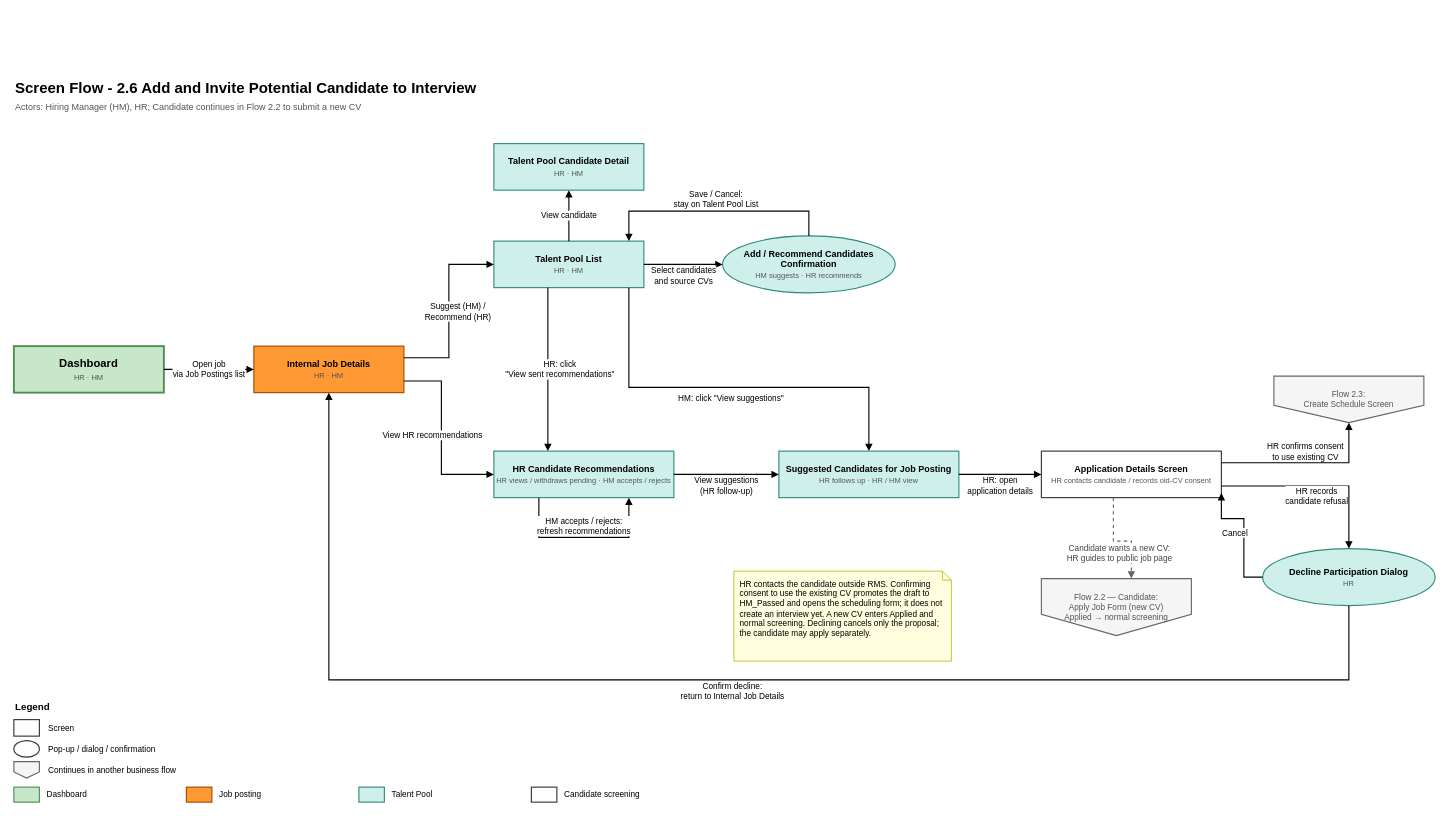
The draw.io diagram page "BF-06 Invite Potential Candidate" (6 of 8) of docs/members/linhdn/diagram/Screen flow/RMS_ScreenFlow.drawio in Masanori-Satoh/SWP_RMS_Group-2, before the edit. Source tidied: cells renumbered, new cells numbered last; positions are measured from the earlier drawing's top-left corner, leaving out a move shared by most shapes. Both pictures are drawn from the tidied source at 75%, with x=0, y=0 at pixel (14, 76).
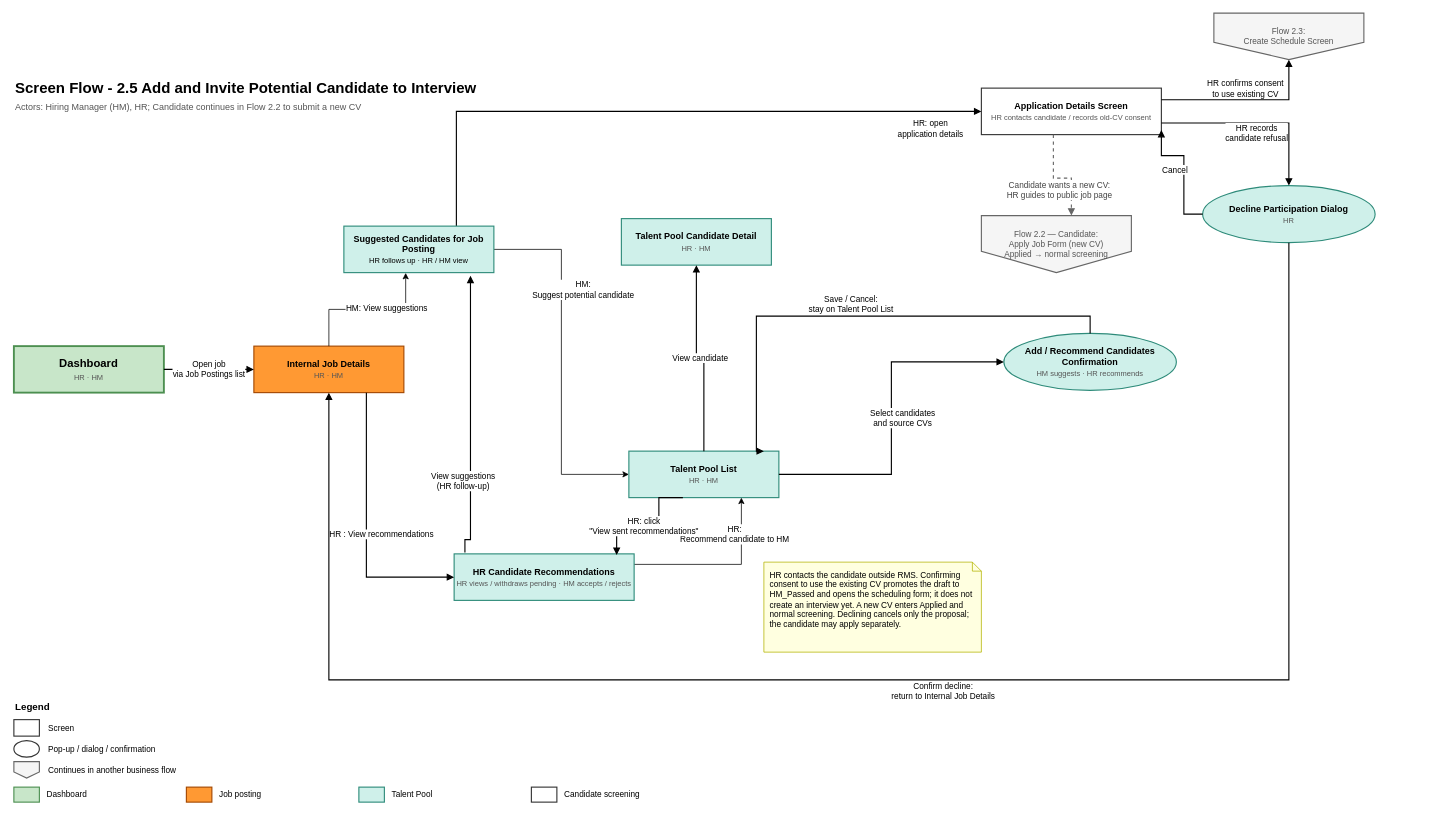
After the change.

Unchanged cells that the change refers to:
```xml
<mxCell id="5" value="&lt;b&gt;Internal Job Details&lt;/b&gt;&lt;br&gt;&lt;font style=&quot;font-size:10px&quot; color=&quot;#555555&quot;&gt;HR · HM&lt;/font&gt;" style="rounded=0;whiteSpace=wrap;html=1;fillColor=#FF9933;strokeColor=#A34700;strokeWidth=1.5;fontSize=12;" parent="1" vertex="1">
  <mxGeometry x="320" y="360" width="200" height="62" as="geometry" />
</mxCell>
```

Change to the diagram source:
```diff
@@
-    <mxCell id="2" value="Screen Flow - 2.6 Add and Invite Potential Candidate to Interview" style="text;html=1;fontStyle=1;fontSize=20;align=left;verticalAlign=middle;" parent="1" vertex="1">
+    <mxCell id="2" value="Screen Flow - 2.5 Add and Invite Potential Candidate to Interview" style="text;html=1;fontStyle=1;fontSize=20;align=left;verticalAlign=middle;" parent="1" vertex="1">
       <mxGeometry width="1200" height="30" as="geometry" />
     </mxCell>
@@
     <mxCell id="6" value="&lt;b&gt;Talent Pool Candidate Detail&lt;/b&gt;&lt;br&gt;&lt;font style=&quot;font-size:10px&quot; color=&quot;#555555&quot;&gt;HR · HM&lt;/font&gt;" style="rounded=0;whiteSpace=wrap;html=1;fillColor=#CFF0EA;strokeColor=#2E8B7A;strokeWidth=1.5;fontSize=12;" parent="1" vertex="1">
-      <mxGeometry x="640" y="90" width="200" height="62" as="geometry" />
+      <mxGeometry x="810" y="190" width="200" height="62" as="geometry" />
     </mxCell>
     <mxCell id="7" value="&lt;b&gt;Talent Pool List&lt;/b&gt;&lt;br&gt;&lt;font style=&quot;font-size:10px&quot; color=&quot;#555555&quot;&gt;HR · HM&lt;/font&gt;" style="rounded=0;whiteSpace=wrap;html=1;fillColor=#CFF0EA;strokeColor=#2E8B7A;strokeWidth=1.5;fontSize=12;" parent="1" vertex="1">
-      <mxGeometry x="640" y="220" width="200" height="62" as="geometry" />
+      <mxGeometry x="820" y="500" width="200" height="62" as="geometry" />
     </mxCell>
     <mxCell id="8" value="&lt;b&gt;Add / Recommend Candidates Confirmation&lt;/b&gt;&lt;br&gt;&lt;font style=&quot;font-size:10px&quot; color=&quot;#555555&quot;&gt;HM suggests · HR recommends&lt;/font&gt;" style="ellipse;whiteSpace=wrap;html=1;fillColor=#CFF0EA;strokeColor=#2E8B7A;strokeWidth=1.5;fontSize=12;" parent="1" vertex="1">
-      <mxGeometry x="945" y="213" width="230" height="76" as="geometry" />
+      <mxGeometry x="1320" y="343" width="230" height="76" as="geometry" />
     </mxCell>
+    <mxCell id="47" style="edgeStyle=orthogonalEdgeStyle;rounded=0;jettySize=auto;html=1;entryX=0.75;entryY=1;entryDx=0;entryDy=0;defaultLabelBackgroundColor=page;" parent="1" edge="1" source="9" target="7">
+      <mxGeometry relative="1" as="geometry">
+        <Array as="points">
+          <mxPoint x="970" y="651" />
+        </Array>
+      </mxGeometry>
+    </mxCell>
+    <mxCell id="48" value="HR:&lt;br&gt;Recommend candidate to HM" style="edgeLabel;html=1;align=center;verticalAlign=middle;inheritText=1;defaultLabelBackgroundColor=page;" parent="47" vertex="1">
+      <mxGeometry x="0.15" y="-4" relative="1" as="geometry">
+        <mxPoint y="-45" as="offset" />
+      </mxGeometry>
+    </mxCell>
     <mxCell id="9" value="&lt;b&gt;HR Candidate Recommendations&lt;/b&gt;&lt;br&gt;&lt;font style=&quot;font-size:10px&quot; color=&quot;#555555&quot;&gt;HR views / withdraws pending · HM accepts / rejects&lt;/font&gt;" style="rounded=0;whiteSpace=wrap;html=1;fillColor=#CFF0EA;strokeColor=#2E8B7A;strokeWidth=1.5;fontSize=12;" parent="1" vertex="1">
-      <mxGeometry x="640" y="500" width="240" height="62" as="geometry" />
+      <mxGeometry x="587" y="637" width="240" height="62" as="geometry" />
     </mxCell>
-    <mxCell id="10" value="&lt;b&gt;Suggested Candidates for Job Posting&lt;/b&gt;&lt;br&gt;&lt;font style=&quot;font-size:10px&quot; color=&quot;#555555&quot;&gt;HR follows up · HR / HM view&lt;/font&gt;" style="rounded=0;whiteSpace=wrap;html=1;fillColor=#CFF0EA;strokeColor=#2E8B7A;strokeWidth=1.5;fontSize=12;" parent="1" vertex="1">
-      <mxGeometry x="1020" y="500" width="240" height="62" as="geometry" />
-    </mxCell>
     <mxCell id="11" value="&lt;b&gt;Application Details Screen&lt;/b&gt;&lt;br&gt;&lt;font style=&quot;font-size:10px&quot; color=&quot;#555555&quot;&gt;HR contacts candidate / records old-CV consent&lt;/font&gt;" style="rounded=0;whiteSpace=wrap;html=1;fillColor=#FFFFFF;strokeColor=#333333;strokeWidth=1.5;fontSize=12;" parent="1" vertex="1">
-      <mxGeometry x="1370" y="500" width="240" height="62" as="geometry" />
+      <mxGeometry x="1290" y="16" width="240" height="62" as="geometry" />
     </mxCell>
     <mxCell id="12" value="&lt;b&gt;Decline Participation Dialog&lt;/b&gt;&lt;br&gt;&lt;font style=&quot;font-size:10px&quot; color=&quot;#555555&quot;&gt;HR&lt;/font&gt;" style="ellipse;whiteSpace=wrap;html=1;fillColor=#CFF0EA;strokeColor=#2E8B7A;strokeWidth=1.5;fontSize=12;" parent="1" vertex="1">
-      <mxGeometry x="1665" y="630" width="230" height="76" as="geometry" />
+      <mxGeometry x="1585" y="146" width="230" height="76" as="geometry" />
     </mxCell>
     <mxCell id="13" value="&lt;font color=&quot;#555555&quot;&gt;Flow 2.3:&lt;br&gt;Create Schedule Screen&lt;/font&gt;" style="shape=offPageConnector;whiteSpace=wrap;html=1;fillColor=#F5F5F5;strokeColor=#666666;strokeWidth=1.5;fontSize=11;" parent="1" vertex="1">
-      <mxGeometry x="1680" y="400" width="200" height="62" as="geometry" />
+      <mxGeometry x="1600" y="-84" width="200" height="62" as="geometry" />
     </mxCell>
     <mxCell id="14" value="&lt;font color=&quot;#555555&quot;&gt;Flow 2.2 — Candidate:&lt;br&gt;Apply Job Form (new CV)&lt;br&gt;Applied → normal screening&lt;/font&gt;" style="shape=offPageConnector;whiteSpace=wrap;html=1;fillColor=#F5F5F5;strokeColor=#666666;strokeWidth=1.5;fontSize=11;" parent="1" vertex="1">
-      <mxGeometry x="1370" y="670" width="200" height="76" as="geometry" />
+      <mxGeometry x="1290" y="186" width="200" height="76" as="geometry" />
     </mxCell>
     <mxCell id="15" value="HR contacts the candidate outside RMS. Confirming consent to use the existing CV promotes the draft to HM_Passed and opens the scheduling form; it does not create an interview yet. A new CV enters Applied and normal screening. Declining cancels only the proposal; the candidate may apply separately." style="shape=note;size=12;whiteSpace=wrap;html=1;align=left;verticalAlign=top;spacingLeft=6;spacingTop=4;fillColor=#FFFFE0;strokeColor=#B3B300;fontSize=11;" parent="1" vertex="1">
-      <mxGeometry x="960" y="660" width="290" height="120" as="geometry" />
+      <mxGeometry x="1000" y="648" width="290" height="120" as="geometry" />
     </mxCell>
@@
-    <mxCell id="17" value="Suggest (HM) /&lt;br&gt;Recommend (HR)" style="edgeStyle=orthogonalEdgeStyle;rounded=0;jettySize=auto;html=1;endArrow=block;endFill=1;strokeWidth=1.5;fontSize=11;labelBackgroundColor=#FFFFFF;exitX=1;exitY=0.25;entryX=0;entryY=0.5;" parent="1" edge="1" source="5" target="7">
-      <mxGeometry y="-12" relative="1" as="geometry">
-        <Array as="points">
-          <mxPoint x="580" y="375.5" />
-          <mxPoint x="580" y="251" />
-        </Array>
-      </mxGeometry>
-    </mxCell>
@@
-    <mxCell id="20" value="View HR recommendations" style="edgeStyle=orthogonalEdgeStyle;rounded=0;jettySize=auto;html=1;endArrow=block;endFill=1;strokeWidth=1.5;fontSize=11;labelBackgroundColor=#FFFFFF;exitX=1;exitY=0.75;entryX=0;entryY=0.5;" parent="1" edge="1" source="5" target="9">
-      <mxGeometry y="-12" relative="1" as="geometry">
-        <Array as="points">
-          <mxPoint x="570" y="406.5" />
-          <mxPoint x="570" y="531" />
-        </Array>
-      </mxGeometry>
+    <mxCell id="20" value="HR : View recommendations" style="edgeStyle=orthogonalEdgeStyle;rounded=0;jettySize=auto;html=1;endArrow=block;endFill=1;strokeWidth=1.5;fontSize=11;labelBackgroundColor=#FFFFFF;exitX=0.75;exitY=1;entryX=0;entryY=0.5;exitDx=0;exitDy=0;" parent="1" edge="1" source="5" target="9">
+      <mxGeometry x="0.04" y="20" relative="1" as="geometry" />
     </mxCell>
     <mxCell id="21" value="Save / Cancel:&lt;br&gt;stay on Talent Pool List" style="edgeStyle=orthogonalEdgeStyle;rounded=0;jettySize=auto;html=1;endArrow=block;endFill=1;strokeWidth=1.5;fontSize=11;labelBackgroundColor=#FFFFFF;exitX=0.5;exitY=0;entryX=0.9;entryY=0;" parent="1" edge="1" source="8" target="7">
-      <mxGeometry y="-16" relative="1" as="geometry">
+      <mxGeometry x="0.04" y="-16" relative="1" as="geometry">
         <Array as="points">
-          <mxPoint x="1060" y="180" />
-          <mxPoint x="820" y="180" />
+          <mxPoint x="1435" y="320" />
+          <mxPoint x="990" y="320" />
         </Array>
       </mxGeometry>
     </mxCell>
-    <mxCell id="22" value="HM: click &quot;View suggestions&quot;" style="edgeStyle=orthogonalEdgeStyle;rounded=0;jettySize=auto;html=1;endArrow=block;endFill=1;strokeWidth=1.5;fontSize=11;labelBackgroundColor=#FFFFFF;exitX=0.9;exitY=1;entryX=0.5;entryY=0;" parent="1" edge="1" source="7" target="10">
-      <mxGeometry y="-14" relative="1" as="geometry">
-        <Array as="points">
-          <mxPoint x="820" y="415" />
-          <mxPoint x="1140" y="415" />
-        </Array>
-      </mxGeometry>
-    </mxCell>
-    <mxCell id="23" value="HM accepts / rejects:&lt;br&gt;refresh recommendations" style="edgeStyle=orthogonalEdgeStyle;rounded=0;orthogonalLoop=1;jettySize=auto;html=1;endArrow=block;endFill=1;strokeWidth=1.5;fontSize=11;labelBackgroundColor=#FFFFFF;exitX=0.25;exitY=1;entryX=0.75;entryY=1;" parent="1" edge="1" source="9" target="9">
-      <mxGeometry y="15" relative="1" as="geometry">
-        <Array as="points">
-          <mxPoint x="700" y="615" />
-          <mxPoint x="820" y="615" />
-        </Array>
-      </mxGeometry>
-    </mxCell>
-    <mxCell id="24" value="HR: open&lt;br&gt;application details" style="edgeStyle=orthogonalEdgeStyle;rounded=0;jettySize=auto;html=1;endArrow=block;endFill=1;strokeWidth=1.5;fontSize=11;labelBackgroundColor=#FFFFFF;exitX=1;exitY=0.5;entryX=0;entryY=0.5;" parent="1" edge="1" source="10" target="11">
-      <mxGeometry y="-15" relative="1" as="geometry" />
+    <mxCell id="24" value="HR: open&lt;br&gt;application details" style="edgeStyle=orthogonalEdgeStyle;rounded=0;jettySize=auto;html=1;endArrow=block;endFill=1;strokeWidth=1.5;fontSize=11;labelBackgroundColor=#FFFFFF;exitX=0.75;exitY=0;entryX=0;entryY=0.5;exitDx=0;exitDy=0;" parent="1" edge="1" source="10" target="11">
+      <mxGeometry x="0.84" y="-23" relative="1" as="geometry" />
     </mxCell>
     <mxCell id="25" value="HR confirms consent&lt;br&gt;to use existing CV" style="edgeStyle=orthogonalEdgeStyle;rounded=0;jettySize=auto;html=1;endArrow=block;endFill=1;strokeWidth=1.5;fontSize=11;labelBackgroundColor=#FFFFFF;exitX=1;exitY=0.25;entryX=0.5;entryY=1;" parent="1" edge="1" source="11" target="13">
       <mxGeometry y="15" relative="1" as="geometry">
         <Array as="points">
-          <mxPoint x="1780" y="515.5" />
+          <mxPoint x="1700" y="31.5" />
         </Array>
       </mxGeometry>
     </mxCell>
     <mxCell id="26" value="HR records&lt;br&gt;candidate refusal" style="edgeStyle=orthogonalEdgeStyle;rounded=0;jettySize=auto;html=1;endArrow=block;endFill=1;strokeWidth=1.5;fontSize=11;labelBackgroundColor=#FFFFFF;exitX=1;exitY=0.75;entryX=0.5;entryY=0;" parent="1" edge="1" source="11" target="12">
       <mxGeometry y="-13" relative="1" as="geometry">
         <Array as="points">
-          <mxPoint x="1780" y="546.5" />
+          <mxPoint x="1700" y="62.5" />
         </Array>
       </mxGeometry>
     </mxCell>
     <mxCell id="27" value="Candidate wants a new CV:&lt;br&gt;HR guides to public job page" style="edgeStyle=orthogonalEdgeStyle;rounded=0;jettySize=auto;html=1;endArrow=block;endFill=1;strokeWidth=1.5;fontSize=11;labelBackgroundColor=#FFFFFF;exitX=0.4;exitY=1;entryX=0.6;entryY=0;dashed=1;strokeColor=#666666;fontColor=#444444;" parent="1" edge="1" source="11" target="14">
       <mxGeometry y="-16" relative="1" as="geometry">
         <Array as="points">
-          <mxPoint x="1466" y="620" />
-          <mxPoint x="1490" y="620" />
+          <mxPoint x="1386" y="136" />
+          <mxPoint x="1410" y="136" />
         </Array>
       </mxGeometry>
     </mxCell>
@@
-    <mxCell id="43" value="HR: click&lt;br&gt;&quot;View sent recommendations&quot;" style="edgeStyle=orthogonalEdgeStyle;rounded=0;jettySize=auto;html=1;endArrow=block;endFill=1;strokeWidth=1.5;fontSize=11;labelBackgroundColor=#FFFFFF;exitX=0.36;exitY=1;entryX=0.3;entryY=0;" parent="1" edge="1" source="7" target="9">
-      <mxGeometry y="16" relative="1" as="geometry" />
+    <mxCell id="43" value="HR: click&lt;br&gt;&quot;View sent recommendations&quot;" style="edgeStyle=orthogonalEdgeStyle;rounded=0;jettySize=auto;html=1;endArrow=block;endFill=1;strokeWidth=1.5;fontSize=11;labelBackgroundColor=#FFFFFF;exitX=0.36;exitY=1;entryX=0.903;entryY=0.022;entryDx=0;entryDy=0;entryPerimeter=0;" parent="1" edge="1" source="7" target="9">
+      <mxGeometry x="0.21" y="-10" relative="1" as="geometry">
+        <Array as="points">
+          <mxPoint x="860" y="562" />
+          <mxPoint x="860" y="610" />
+          <mxPoint x="803.7" y="610" />
+        </Array>
+      </mxGeometry>
     </mxCell>
-    <mxCell id="44" value="View suggestions&lt;br&gt;(HR follow-up)" style="edgeStyle=orthogonalEdgeStyle;rounded=0;jettySize=auto;html=1;endArrow=block;endFill=1;strokeWidth=1.5;fontSize=11;labelBackgroundColor=#FFFFFF;exitX=1;exitY=0.5;entryX=0;entryY=0.5;" parent="1" edge="1" source="9" target="10">
-      <mxGeometry y="-15" relative="1" as="geometry" />
+    <mxCell id="44" value="View suggestions&lt;br&gt;(HR follow-up)" style="edgeStyle=orthogonalEdgeStyle;rounded=0;jettySize=auto;html=1;endArrow=block;endFill=1;strokeWidth=1.5;fontSize=11;labelBackgroundColor=#FFFFFF;exitX=0.06;exitY=-0.032;entryX=0.844;entryY=1.068;entryDx=0;entryDy=0;exitDx=0;exitDy=0;exitPerimeter=0;entryPerimeter=0;" parent="1" edge="1" source="9" target="10">
+      <mxGeometry x="-0.46" y="10" relative="1" as="geometry">
+        <Array as="points">
+          <mxPoint x="601.4" y="618" />
+          <mxPoint x="608.8" y="618" />
+        </Array>
+      </mxGeometry>
     </mxCell>
     <mxCell id="45" value="Cancel" style="edgeStyle=orthogonalEdgeStyle;rounded=0;jettySize=auto;html=1;endArrow=block;endFill=1;strokeWidth=1.5;fontSize=11;labelBackgroundColor=#FFFFFF;exitX=0;exitY=0.5;entryX=1;entryY=0.9;" parent="1" edge="1" source="12" target="11">
       <mxGeometry y="12" relative="1" as="geometry">
         <Array as="points">
-          <mxPoint x="1640" y="668" />
-          <mxPoint x="1640" y="590" />
-          <mxPoint x="1610" y="590" />
+          <mxPoint x="1560" y="184" />
+          <mxPoint x="1560" y="106" />
+          <mxPoint x="1530" y="106" />
         </Array>
       </mxGeometry>
     </mxCell>
     <mxCell id="46" value="Confirm decline:&lt;br&gt;return to Internal Job Details" style="edgeStyle=orthogonalEdgeStyle;rounded=0;jettySize=auto;html=1;endArrow=block;endFill=1;strokeWidth=1.5;fontSize=11;labelBackgroundColor=#FFFFFF;exitX=0.5;exitY=1;entryX=0.5;entryY=1;" parent="1" edge="1" source="12" target="5">
-      <mxGeometry y="15" relative="1" as="geometry">
+      <mxGeometry x="-0.07" y="15" relative="1" as="geometry">
         <Array as="points">
-          <mxPoint x="1780" y="805" />
+          <mxPoint x="1700" y="805" />
           <mxPoint x="420" y="805" />
         </Array>
       </mxGeometry>
     </mxCell>
+    <mxCell id="49" style="edgeStyle=orthogonalEdgeStyle;rounded=0;jettySize=auto;html=1;entryX=0;entryY=0.5;entryDx=0;entryDy=0;defaultLabelBackgroundColor=page;" parent="1" edge="1" source="10" target="7">
+      <mxGeometry relative="1" as="geometry" />
+    </mxCell>
+    <mxCell id="50" value="HM: &lt;br&gt;Suggest potential candidate" style="edgeLabel;html=1;align=center;verticalAlign=middle;inheritText=1;defaultLabelBackgroundColor=page;" parent="49" vertex="1">
+      <mxGeometry x="-0.33" y="3" relative="1" as="geometry">
+        <mxPoint x="25" y="-18" as="offset" />
+      </mxGeometry>
+    </mxCell>
+    <mxCell id="10" value="&lt;b&gt;Suggested Candidates for Job Posting&lt;/b&gt;&lt;br&gt;&lt;font style=&quot;font-size: 10px;&quot;&gt;HR follows up · HR / HM view&lt;/font&gt;" style="rounded=0;whiteSpace=wrap;html=1;fillColor=#CFF0EA;strokeColor=#2E8B7A;strokeWidth=1.5;fontSize=12;" parent="1" vertex="1">
+      <mxGeometry x="440" y="200" width="200" height="62" as="geometry" />
+    </mxCell>
+    <mxCell id="51" style="edgeStyle=orthogonalEdgeStyle;rounded=0;jettySize=auto;html=1;entryX=0.412;entryY=1.006;entryDx=0;entryDy=0;entryPerimeter=0;defaultLabelBackgroundColor=page;" parent="1" edge="1" source="5" target="10">
+      <mxGeometry relative="1" as="geometry" />
+    </mxCell>
+    <mxCell id="52" value="&lt;span style=&quot;background-color: rgb(255, 255, 255);&quot;&gt;HM: View suggestions&lt;/span&gt;" style="edgeLabel;html=1;align=center;verticalAlign=middle;inheritText=1;defaultLabelBackgroundColor=page;" parent="51" vertex="1">
+      <mxGeometry x="0.25" y="3" relative="1" as="geometry" />
+    </mxCell>
```
